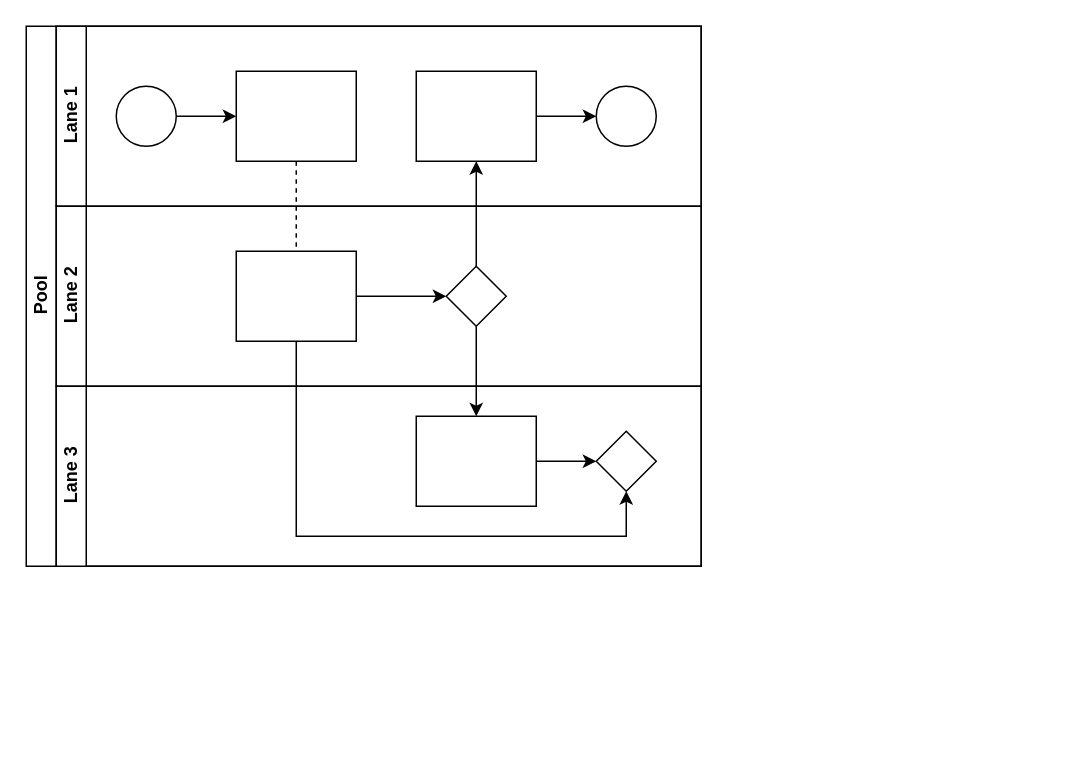
This is 未命名绘图.drawio from xuptacm/xuptacm.github.io, a draw.io file, before an edit. Source tidied: cells renumbered, new cells numbered last; positions are measured from the earlier drawing's top-left corner, leaving out a move shared by most shapes. Both pictures are drawn from the tidied source at 150%, with x=0, y=0 at pixel (26, 26).
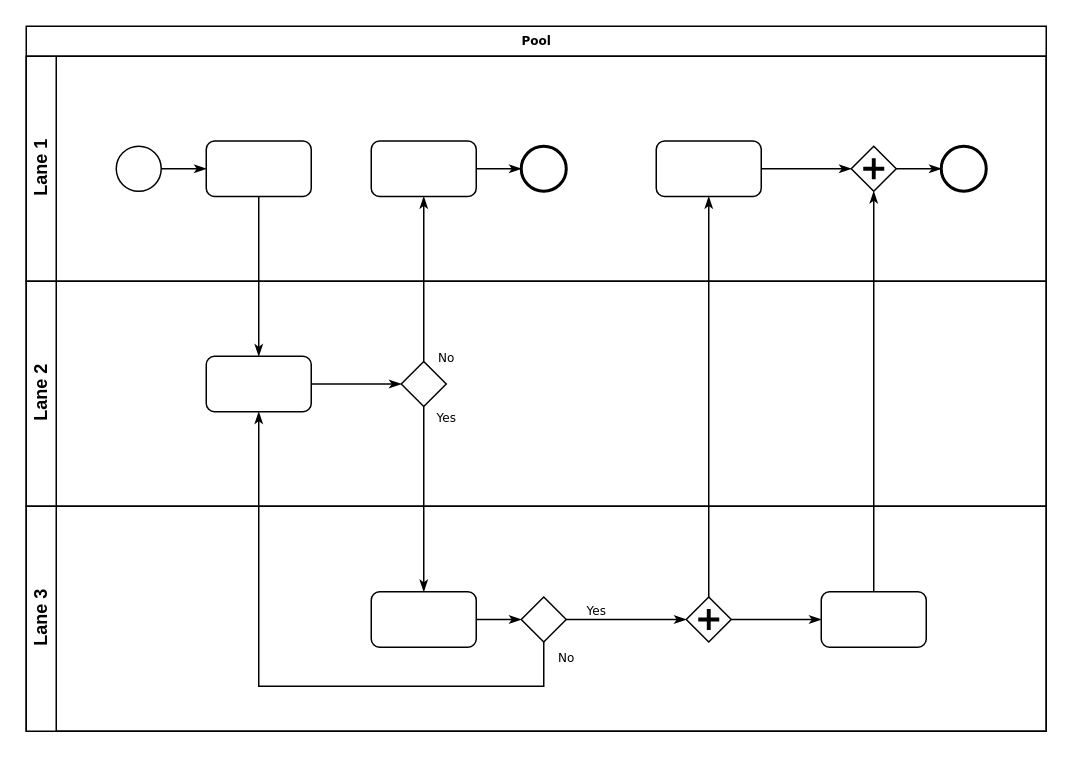
The same page after the edit.

Commit message:
已添加 未命名绘图.drawio

Change to the diagram source:
```diff
@@
-    <mxCell id="2" value="Pool" style="swimlane;html=1;horizontal=0;startSize=20;" parent="1" vertex="1">
-      <mxGeometry width="450" height="360" as="geometry" />
+    <mxCell id="2" value="Pool" style="swimlane;html=1;horizontal=1;startSize=20;rounded=0;shadow=0;labelBackgroundColor=none;strokeWidth=1;fontFamily=Verdana;fontSize=8;align=center;" parent="1" vertex="1">
+      <mxGeometry width="680" height="470" as="geometry" />
     </mxCell>
-    <mxCell id="3" style="edgeStyle=orthogonalEdgeStyle;rounded=0;jettySize=auto;html=1;dashed=1;endArrow=none;endFill=0;" parent="2" edge="1" source="10" target="16">
-      <mxGeometry relative="1" as="geometry" />
-    </mxCell>
-    <mxCell id="4" style="edgeStyle=orthogonalEdgeStyle;rounded=0;jettySize=auto;html=1;endArrow=classic;endFill=1;" parent="2" edge="1" source="17" target="12">
-      <mxGeometry relative="1" as="geometry" />
-    </mxCell>
-    <mxCell id="5" style="edgeStyle=orthogonalEdgeStyle;rounded=0;jettySize=auto;html=1;endArrow=classic;endFill=1;" parent="2" edge="1" source="17" target="20">
-      <mxGeometry relative="1" as="geometry" />
-    </mxCell>
-    <mxCell id="6" style="edgeStyle=orthogonalEdgeStyle;rounded=0;jettySize=auto;html=1;endArrow=classic;endFill=1;" parent="2" edge="1" source="16" target="21">
-      <mxGeometry relative="1" as="geometry">
-        <Array as="points">
-          <mxPoint x="180" y="340" />
-          <mxPoint x="400" y="340" />
-        </Array>
-      </mxGeometry>
-    </mxCell>
     <mxCell id="7" value="Lane 1" style="swimlane;html=1;startSize=20;horizontal=0;" parent="2" vertex="1">
-      <mxGeometry x="20" width="430" height="120" as="geometry" />
+      <mxGeometry y="20" width="680" height="150" as="geometry" />
     </mxCell>
-    <mxCell id="8" style="edgeStyle=orthogonalEdgeStyle;rounded=0;jettySize=auto;html=1;" parent="7" edge="1" source="9" target="10">
-      <mxGeometry relative="1" as="geometry" />
-    </mxCell>
-    <mxCell id="9" style="ellipse;whiteSpace=wrap;html=1;" parent="7" vertex="1">
-      <mxGeometry x="40" y="40" width="40" height="40" as="geometry" />
-    </mxCell>
-    <mxCell id="10" style="rounded=0;whiteSpace=wrap;html=1;fontFamily=Helvetica;fontSize=12;fontColor=#000000;align=center;" parent="7" vertex="1">
-      <mxGeometry x="120" y="30" width="80" height="60" as="geometry" />
-    </mxCell>
-    <mxCell id="11" style="edgeStyle=orthogonalEdgeStyle;rounded=0;jettySize=auto;html=1;endArrow=classic;endFill=1;" parent="7" edge="1" source="12" target="13">
-      <mxGeometry relative="1" as="geometry" />
-    </mxCell>
-    <mxCell id="12" style="rounded=0;whiteSpace=wrap;html=1;fontFamily=Helvetica;fontSize=12;fontColor=#000000;align=center;" parent="7" vertex="1">
-      <mxGeometry x="240" y="30" width="80" height="60" as="geometry" />
-    </mxCell>
-    <mxCell id="13" style="ellipse;whiteSpace=wrap;html=1;" parent="7" vertex="1">
-      <mxGeometry x="360" y="40" width="40" height="40" as="geometry" />
-    </mxCell>
+    <mxCell id="22" style="edgeStyle=orthogonalEdgeStyle;rounded=0;html=1;labelBackgroundColor=none;startArrow=none;startFill=0;startSize=5;endArrow=classicThin;endFill=1;endSize=5;jettySize=auto;strokeWidth=1;fontFamily=Verdana;fontSize=8;" parent="7" edge="1" source="23" target="24">
+      <mxGeometry relative="1" as="geometry" />
+    </mxCell>
+    <mxCell id="23" style="ellipse;whiteSpace=wrap;html=1;rounded=0;shadow=0;labelBackgroundColor=none;strokeWidth=1;fontFamily=Verdana;fontSize=8;align=center;" parent="7" vertex="1">
+      <mxGeometry x="60" y="60" width="30" height="30" as="geometry" />
+    </mxCell>
+    <mxCell id="24" style="rounded=1;whiteSpace=wrap;html=1;shadow=0;labelBackgroundColor=none;strokeWidth=1;fontFamily=Verdana;fontSize=8;align=center;" parent="7" vertex="1">
+      <mxGeometry x="120" y="56.5" width="70" height="37" as="geometry" />
+    </mxCell>
+    <mxCell id="25" style="edgeStyle=orthogonalEdgeStyle;rounded=0;html=1;labelBackgroundColor=none;startArrow=none;startFill=0;startSize=5;endArrow=classicThin;endFill=1;endSize=5;jettySize=auto;strokeWidth=1;fontFamily=Verdana;fontSize=8;" parent="7" edge="1" source="26" target="27">
+      <mxGeometry relative="1" as="geometry" />
+    </mxCell>
+    <mxCell id="26" style="rounded=1;whiteSpace=wrap;html=1;shadow=0;labelBackgroundColor=none;strokeWidth=1;fontFamily=Verdana;fontSize=8;align=center;" parent="7" vertex="1">
+      <mxGeometry x="230" y="56.5" width="70" height="37" as="geometry" />
+    </mxCell>
+    <mxCell id="27" style="ellipse;whiteSpace=wrap;html=1;rounded=0;shadow=0;labelBackgroundColor=none;strokeWidth=2;fontFamily=Verdana;fontSize=8;align=center;" parent="7" vertex="1">
+      <mxGeometry x="330" y="60" width="30" height="30" as="geometry" />
+    </mxCell>
+    <mxCell id="28" style="edgeStyle=orthogonalEdgeStyle;rounded=0;html=1;entryX=0;entryY=0.5;labelBackgroundColor=none;startArrow=none;startFill=0;startSize=5;endArrow=classicThin;endFill=1;endSize=5;jettySize=auto;strokeWidth=1;fontFamily=Verdana;fontSize=8;" parent="7" edge="1" source="29" target="31">
+      <mxGeometry relative="1" as="geometry" />
+    </mxCell>
+    <mxCell id="29" style="rounded=1;whiteSpace=wrap;html=1;shadow=0;labelBackgroundColor=none;strokeWidth=1;fontFamily=Verdana;fontSize=8;align=center;" parent="7" vertex="1">
+      <mxGeometry x="420" y="56.5" width="70" height="37" as="geometry" />
+    </mxCell>
+    <mxCell id="30" style="edgeStyle=orthogonalEdgeStyle;rounded=0;html=1;labelBackgroundColor=none;startArrow=none;startFill=0;startSize=5;endArrow=classicThin;endFill=1;endSize=5;jettySize=auto;strokeWidth=1;fontFamily=Verdana;fontSize=8;" parent="7" edge="1" source="31" target="32">
+      <mxGeometry relative="1" as="geometry" />
+    </mxCell>
+    <mxCell id="31" style="shape=mxgraph.bpmn.shape;html=1;verticalLabelPosition=bottom;labelBackgroundColor=#ffffff;verticalAlign=top;perimeter=rhombusPerimeter;background=gateway;outline=none;symbol=parallelGw;rounded=1;shadow=0;strokeWidth=1;fontFamily=Verdana;fontSize=8;align=center;" parent="7" vertex="1">
+      <mxGeometry x="550" y="60" width="30" height="30" as="geometry" />
+    </mxCell>
+    <mxCell id="32" style="ellipse;whiteSpace=wrap;html=1;rounded=0;shadow=0;labelBackgroundColor=none;strokeWidth=2;fontFamily=Verdana;fontSize=8;align=center;" parent="7" vertex="1">
+      <mxGeometry x="610" y="60" width="30" height="30" as="geometry" />
+    </mxCell>
     <mxCell id="14" value="Lane 2" style="swimlane;html=1;startSize=20;horizontal=0;" parent="2" vertex="1">
-      <mxGeometry x="20" y="120" width="430" height="120" as="geometry" />
+      <mxGeometry y="170" width="680" height="150" as="geometry" />
     </mxCell>
-    <mxCell id="15" style="edgeStyle=orthogonalEdgeStyle;rounded=0;jettySize=auto;html=1;endArrow=classic;endFill=1;" parent="14" edge="1" source="16" target="17">
-      <mxGeometry relative="1" as="geometry" />
-    </mxCell>
-    <mxCell id="16" style="rounded=0;whiteSpace=wrap;html=1;fontFamily=Helvetica;fontSize=12;fontColor=#000000;align=center;" parent="14" vertex="1">
-      <mxGeometry x="120" y="30" width="80" height="60" as="geometry" />
-    </mxCell>
-    <mxCell id="17" style="rhombus;whiteSpace=wrap;html=1;fontFamily=Helvetica;fontSize=12;fontColor=#000000;align=center;" parent="14" vertex="1">
-      <mxGeometry x="260" y="40" width="40" height="40" as="geometry" />
-    </mxCell>
+    <mxCell id="33" style="edgeStyle=orthogonalEdgeStyle;rounded=0;html=1;labelBackgroundColor=none;startArrow=none;startFill=0;startSize=5;endArrow=classicThin;endFill=1;endSize=5;jettySize=auto;strokeWidth=1;fontFamily=Verdana;fontSize=8;" parent="14" edge="1" source="34" target="35">
+      <mxGeometry relative="1" as="geometry" />
+    </mxCell>
+    <mxCell id="34" style="rounded=1;whiteSpace=wrap;html=1;shadow=0;labelBackgroundColor=none;strokeWidth=1;fontFamily=Verdana;fontSize=8;align=center;" parent="14" vertex="1">
+      <mxGeometry x="120" y="50" width="70" height="37" as="geometry" />
+    </mxCell>
+    <mxCell id="35" style="strokeWidth=1;html=1;shape=mxgraph.flowchart.decision;whiteSpace=wrap;rounded=1;shadow=0;labelBackgroundColor=none;fontFamily=Verdana;fontSize=8;align=center;" parent="14" vertex="1">
+      <mxGeometry x="250" y="53.5" width="30" height="30" as="geometry" />
+    </mxCell>
     <mxCell id="18" value="Lane 3" style="swimlane;html=1;startSize=20;horizontal=0;" parent="2" vertex="1">
-      <mxGeometry x="20" y="240" width="430" height="120" as="geometry" />
+      <mxGeometry y="320" width="680" height="150" as="geometry" />
     </mxCell>
-    <mxCell id="19" style="edgeStyle=orthogonalEdgeStyle;rounded=0;jettySize=auto;html=1;endArrow=classic;endFill=1;" parent="18" edge="1" source="20" target="21">
-      <mxGeometry relative="1" as="geometry" />
-    </mxCell>
-    <mxCell id="20" style="rounded=0;whiteSpace=wrap;html=1;fontFamily=Helvetica;fontSize=12;fontColor=#000000;align=center;" parent="18" vertex="1">
-      <mxGeometry x="240" y="20" width="80" height="60" as="geometry" />
-    </mxCell>
-    <mxCell id="21" style="rhombus;whiteSpace=wrap;html=1;fontFamily=Helvetica;fontSize=12;fontColor=#000000;align=center;" parent="18" vertex="1">
-      <mxGeometry x="360" y="30" width="40" height="40" as="geometry" />
-    </mxCell>
+    <mxCell id="36" style="edgeStyle=orthogonalEdgeStyle;rounded=0;html=1;labelBackgroundColor=none;startArrow=none;startFill=0;startSize=5;endArrow=classicThin;endFill=1;endSize=5;jettySize=auto;strokeWidth=1;fontFamily=Verdana;fontSize=8;" parent="18" edge="1" source="37" target="39">
+      <mxGeometry relative="1" as="geometry" />
+    </mxCell>
+    <mxCell id="37" style="rounded=1;whiteSpace=wrap;html=1;shadow=0;labelBackgroundColor=none;strokeWidth=1;fontFamily=Verdana;fontSize=8;align=center;" parent="18" vertex="1">
+      <mxGeometry x="230" y="57" width="70" height="37" as="geometry" />
+    </mxCell>
+    <mxCell id="38" value="Yes" style="edgeStyle=orthogonalEdgeStyle;rounded=0;html=1;entryX=0;entryY=0.5;labelBackgroundColor=none;startArrow=none;startFill=0;startSize=5;endArrow=classicThin;endFill=1;endSize=5;jettySize=auto;strokeWidth=1;fontFamily=Verdana;fontSize=8;" parent="18" edge="1" source="39" target="41">
+      <mxGeometry x="-0.5" y="6" relative="1" as="geometry" />
+    </mxCell>
+    <mxCell id="39" style="strokeWidth=1;html=1;shape=mxgraph.flowchart.decision;whiteSpace=wrap;rounded=1;shadow=0;labelBackgroundColor=none;fontFamily=Verdana;fontSize=8;align=center;" parent="18" vertex="1">
+      <mxGeometry x="330" y="60.5" width="30" height="30" as="geometry" />
+    </mxCell>
+    <mxCell id="40" style="edgeStyle=orthogonalEdgeStyle;rounded=0;html=1;labelBackgroundColor=none;startArrow=none;startFill=0;startSize=5;endArrow=classicThin;endFill=1;endSize=5;jettySize=auto;strokeColor=#000000;strokeWidth=1;fontFamily=Verdana;fontSize=8;fontColor=#000000;" parent="18" edge="1" source="41" target="42">
+      <mxGeometry relative="1" as="geometry" />
+    </mxCell>
+    <mxCell id="41" style="shape=mxgraph.bpmn.shape;html=1;verticalLabelPosition=bottom;labelBackgroundColor=#ffffff;verticalAlign=top;perimeter=rhombusPerimeter;background=gateway;outline=none;symbol=parallelGw;rounded=1;shadow=0;strokeWidth=1;fontFamily=Verdana;fontSize=8;align=center;" parent="18" vertex="1">
+      <mxGeometry x="440" y="60.5" width="30" height="30" as="geometry" />
+    </mxCell>
+    <mxCell id="42" style="rounded=1;whiteSpace=wrap;html=1;shadow=0;labelBackgroundColor=none;strokeWidth=1;fontFamily=Verdana;fontSize=8;align=center;" parent="18" vertex="1">
+      <mxGeometry x="530" y="57" width="70" height="37" as="geometry" />
+    </mxCell>
+    <mxCell id="43" style="edgeStyle=orthogonalEdgeStyle;rounded=0;html=1;labelBackgroundColor=none;startArrow=none;startFill=0;startSize=5;endArrow=classicThin;endFill=1;endSize=5;jettySize=auto;strokeWidth=1;fontFamily=Verdana;fontSize=8;" parent="2" edge="1" source="24" target="34">
+      <mxGeometry relative="1" as="geometry" />
+    </mxCell>
+    <mxCell id="44" value="No" style="edgeStyle=orthogonalEdgeStyle;rounded=0;html=1;labelBackgroundColor=none;startArrow=none;startFill=0;startSize=5;endArrow=classicThin;endFill=1;endSize=5;jettySize=auto;strokeWidth=1;fontFamily=Verdana;fontSize=8;" parent="2" edge="1" source="35" target="26">
+      <mxGeometry x="-0.94" y="-15" relative="1" as="geometry" />
+    </mxCell>
+    <mxCell id="45" value="Yes" style="edgeStyle=orthogonalEdgeStyle;rounded=0;html=1;labelBackgroundColor=none;startArrow=none;startFill=0;startSize=5;endArrow=classicThin;endFill=1;endSize=5;jettySize=auto;strokeWidth=1;fontFamily=Verdana;fontSize=8;" parent="2" edge="1" source="35" target="37">
+      <mxGeometry x="-0.89" y="15" relative="1" as="geometry" />
+    </mxCell>
+    <mxCell id="46" style="edgeStyle=orthogonalEdgeStyle;rounded=0;html=1;entryX=0.5;entryY=1;labelBackgroundColor=none;startArrow=none;startFill=0;startSize=5;endArrow=classicThin;endFill=1;endSize=5;jettySize=auto;strokeWidth=1;fontFamily=Verdana;fontSize=8;" parent="2" edge="1" source="42" target="31">
+      <mxGeometry relative="1" as="geometry" />
+    </mxCell>
+    <mxCell id="47" value="No" style="edgeStyle=orthogonalEdgeStyle;rounded=0;html=1;labelBackgroundColor=none;startArrow=none;startFill=0;startSize=5;endArrow=classicThin;endFill=1;endSize=5;jettySize=auto;strokeWidth=1;fontFamily=Verdana;fontSize=8;" parent="2" edge="1" source="39" target="34">
+      <mxGeometry x="-0.95" y="15" relative="1" as="geometry">
+        <Array as="points">
+          <mxPoint x="345" y="440" />
+          <mxPoint x="155" y="440" />
+        </Array>
+      </mxGeometry>
+    </mxCell>
+    <mxCell id="48" style="edgeStyle=orthogonalEdgeStyle;rounded=0;html=1;labelBackgroundColor=none;startArrow=none;startFill=0;startSize=5;endArrow=classicThin;endFill=1;endSize=5;jettySize=auto;strokeWidth=1;fontFamily=Verdana;fontSize=8;" parent="2" edge="1" source="41" target="29">
+      <mxGeometry relative="1" as="geometry" />
+    </mxCell>
```
